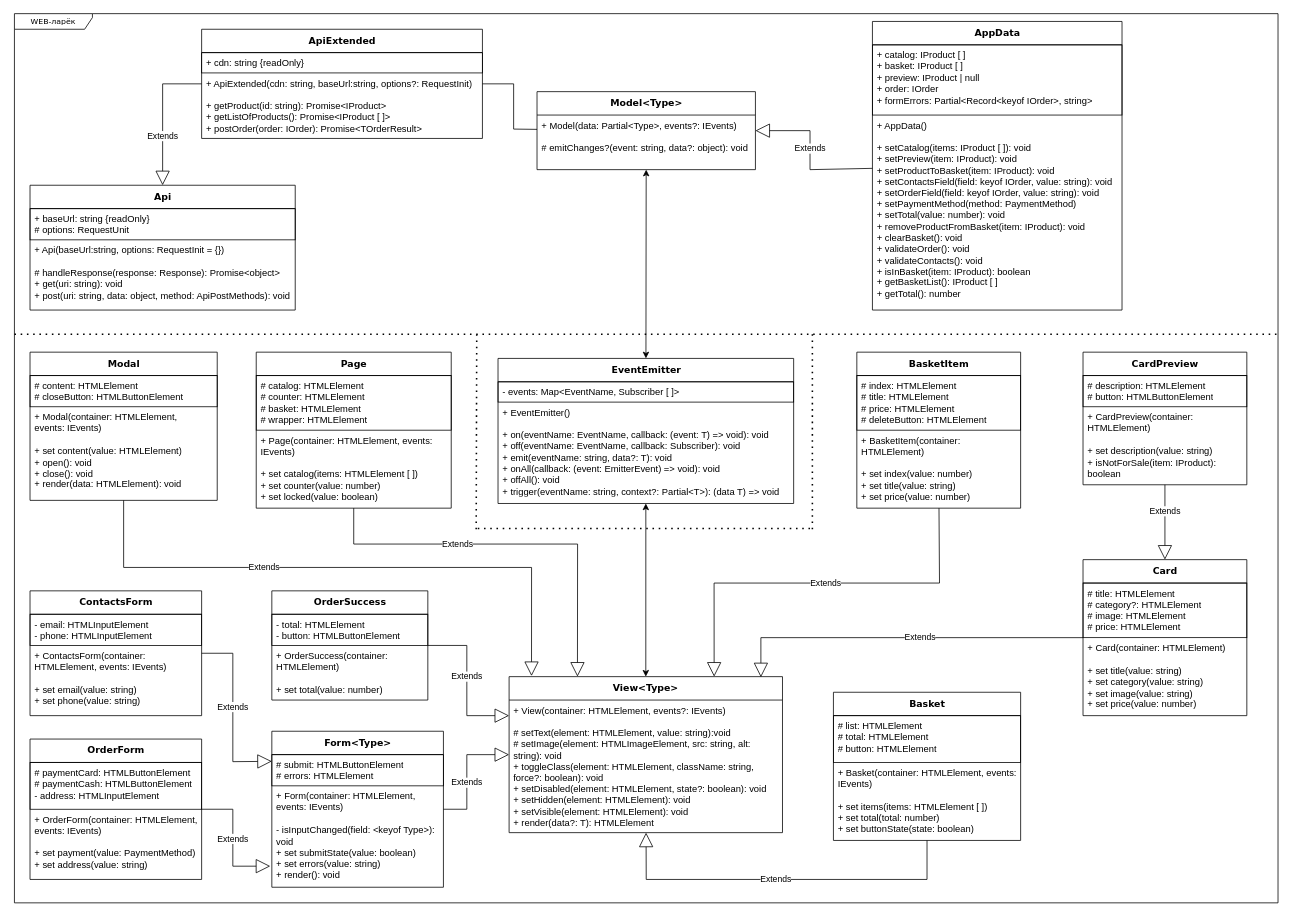
Before: project-uml.drawio in Roman-Gaponov/web-larek-frontend, a draw.io diagram. Source tidied: cells renumbered, new cells numbered last; positions are measured from the earlier drawing's top-left corner, leaving out a move shared by most shapes. Both pictures are drawn from the tidied source at 78%, with x=0, y=0 at pixel (14, 13).
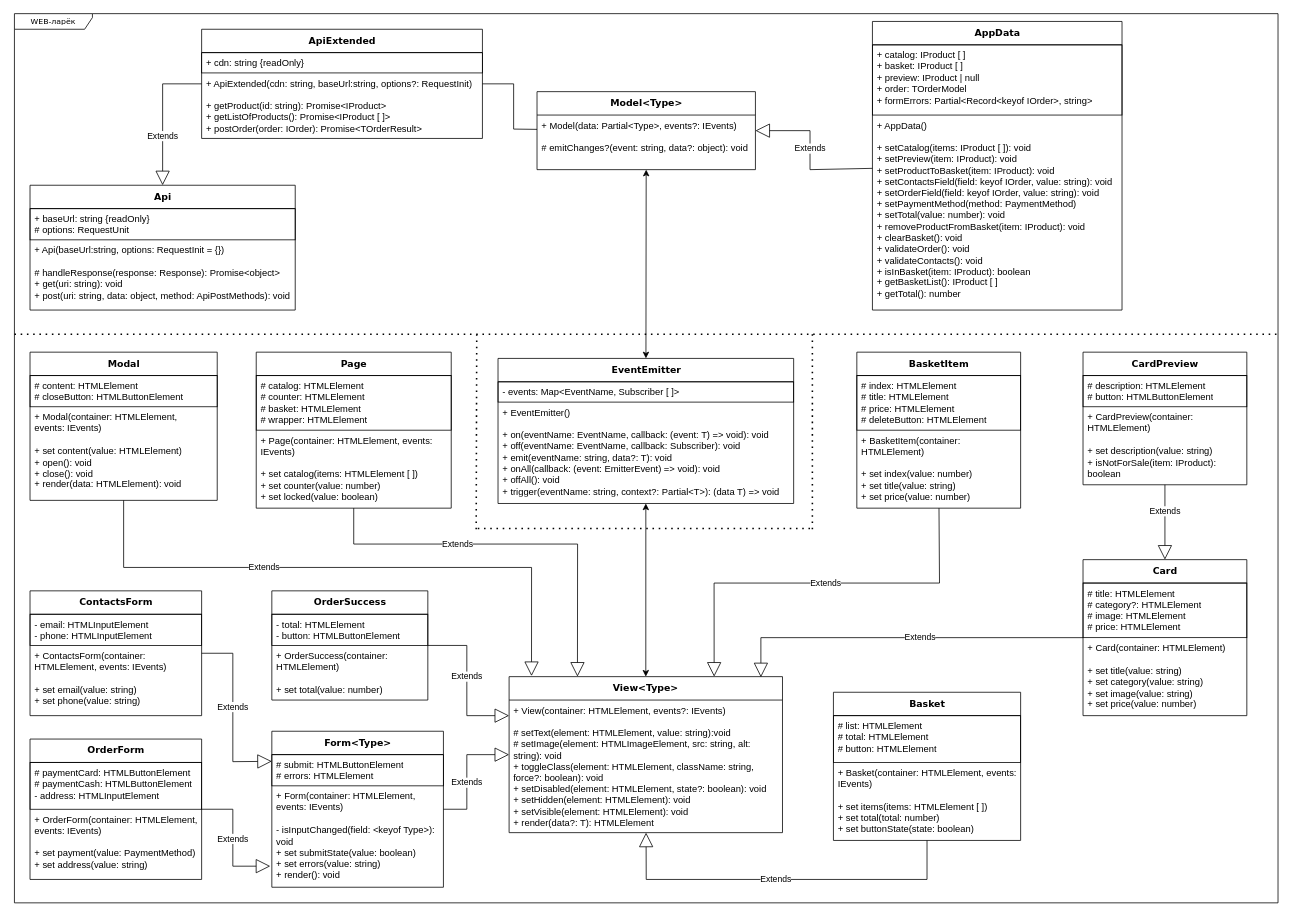
After the change.

Unchanged cells that the change refers to:
```xml
<mxCell id="19" value="&lt;b&gt;&lt;font style=&quot;font-size: 12px;&quot;&gt;AppData&lt;/font&gt;&lt;/b&gt;" style="swimlane;html=1;fontStyle=0;horizontal=1;startSize=30;fillColor=none;swimlaneFillColor=#ffffff;rounded=0;shadow=0;comic=0;labelBackgroundColor=none;strokeWidth=1;fontFamily=Verdana;fontSize=10;align=center;" parent="1" vertex="1">
  <mxGeometry x="1100" y="10" width="320" height="370" as="geometry" />
</mxCell>
```

Change to the diagram source:
```diff
@@
-    <mxCell id="20" value="&lt;div&gt;+ catalog: IProduct [ ]&lt;/div&gt;&lt;div&gt;+ basket: IProduct [ ]&lt;/div&gt;&lt;div&gt;+ preview: IProduct | null&lt;/div&gt;&lt;div&gt;+ order: IOrder&lt;/div&gt;&lt;div&gt;+ formErrors: Partial&amp;lt;Record&amp;lt;keyof IOrder&amp;gt;, string&amp;gt;&lt;/div&gt;" style="text;html=1;strokeColor=default;fillColor=none;align=left;verticalAlign=top;spacingLeft=4;spacingRight=4;whiteSpace=wrap;overflow=hidden;" parent="19" vertex="1">
+    <mxCell id="20" value="&lt;div&gt;+ catalog: IProduct [ ]&lt;/div&gt;&lt;div&gt;+ basket: IProduct [ ]&lt;/div&gt;&lt;div&gt;+ preview: IProduct | null&lt;/div&gt;&lt;div&gt;+ order: TOrderModel&lt;/div&gt;&lt;div&gt;+ formErrors: Partial&amp;lt;Record&amp;lt;keyof IOrder&amp;gt;, string&amp;gt;&lt;/div&gt;" style="text;html=1;strokeColor=default;fillColor=none;align=left;verticalAlign=top;spacingLeft=4;spacingRight=4;whiteSpace=wrap;overflow=hidden;" parent="19" vertex="1">
       <mxGeometry y="30" width="320" height="90" as="geometry" />
     </mxCell>
```
